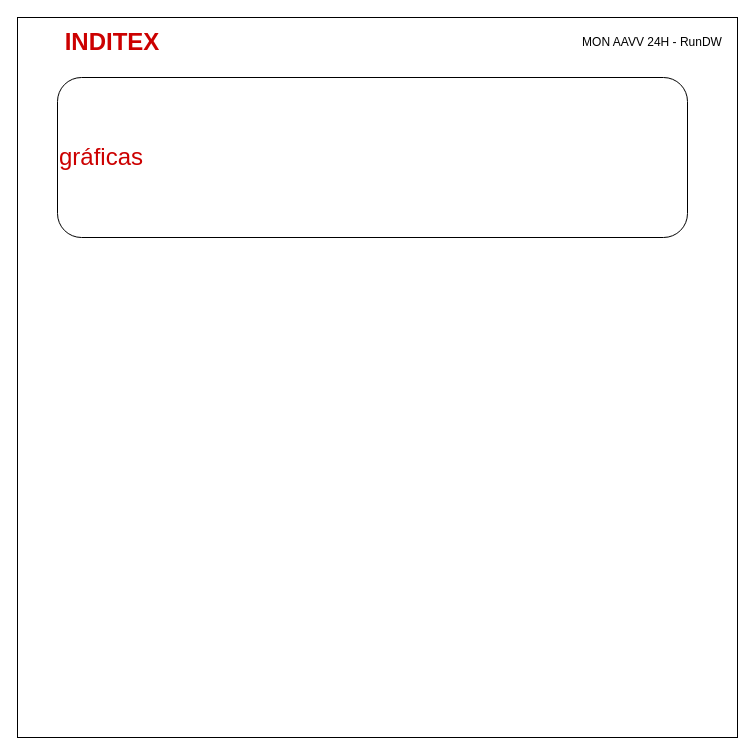
efmpacheco/DIAGRAMS keeps this draw.io diagram as Mockup_AAVV24h.drawio. Above is the earlier version. Source tidied: cells renumbered, new cells numbered last; positions are measured from the earlier drawing's top-left corner, leaving out a move shared by most shapes. Both pictures are drawn from the tidied source at 100%, with x=0, y=0 at pixel (17, 17).
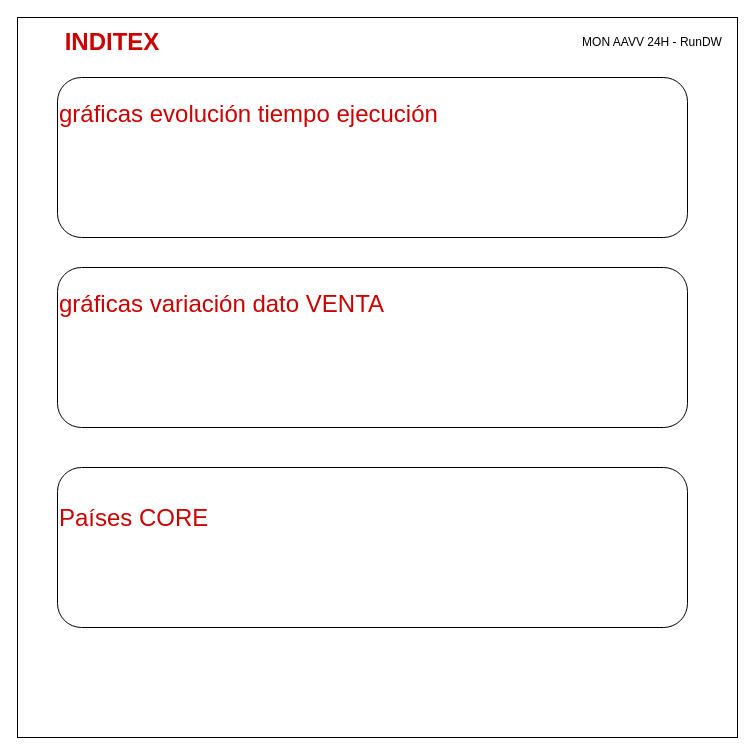
After the change.

The edit, as a diff of the source:
```diff
@@
 <mxGraphModel>
   <root>
     <mxCell id="0" />
     <mxCell id="1" parent="0" />
     <mxCell id="2" style="whiteSpace=wrap;html=1;" parent="1" vertex="1">
       <mxGeometry width="720" height="720" as="geometry" />
     </mxCell>
     <mxCell id="3" value="MON AAVV 24H - RunDW" style="text;html=1;strokeColor=none;fillColor=none;align=center;verticalAlign=middle;whiteSpace=wrap;rounded=0;" parent="1" vertex="1">
       <mxGeometry x="560" y="10" width="150" height="30" as="geometry" />
     </mxCell>
     <mxCell id="4" value="INDITEX" style="text;html=1;align=center;verticalAlign=middle;whiteSpace=wrap;rounded=0;fontStyle=1;fontSize=24;fontColor=#CC0000;" parent="1" vertex="1">
       <mxGeometry x="20" y="10" width="150" height="30" as="geometry" />
     </mxCell>
-    <mxCell id="5" value="gráficas" style="rounded=1;whiteSpace=wrap;html=1;fontSize=24;fontColor=#CC0000;align=left;" parent="1" vertex="1">
+    <mxCell id="5" value="gráficas evolución tiempo ejecución&lt;br&gt;&lt;br&gt;&lt;br&gt;&lt;br&gt;" style="rounded=1;whiteSpace=wrap;html=1;fontSize=24;fontColor=#CC0000;align=left;" parent="1" vertex="1">
       <mxGeometry x="40" y="60" width="630" height="160" as="geometry" />
     </mxCell>
+    <mxCell id="6" value="gráficas variación dato VENTA&lt;br&gt;&lt;br&gt;&lt;br&gt;&lt;br&gt;" style="rounded=1;whiteSpace=wrap;html=1;fontSize=24;fontColor=#CC0000;align=left;" parent="1" vertex="1">
+      <mxGeometry x="40" y="250" width="630" height="160" as="geometry" />
+    </mxCell>
+    <mxCell id="7" value="Países CORE&lt;br&gt;&lt;br&gt;&lt;br&gt;" style="rounded=1;whiteSpace=wrap;html=1;fontSize=24;fontColor=#CC0000;align=left;" parent="1" vertex="1">
+      <mxGeometry x="40" y="450" width="630" height="160" as="geometry" />
+    </mxCell>
   </root>
 </mxGraphModel>
```
